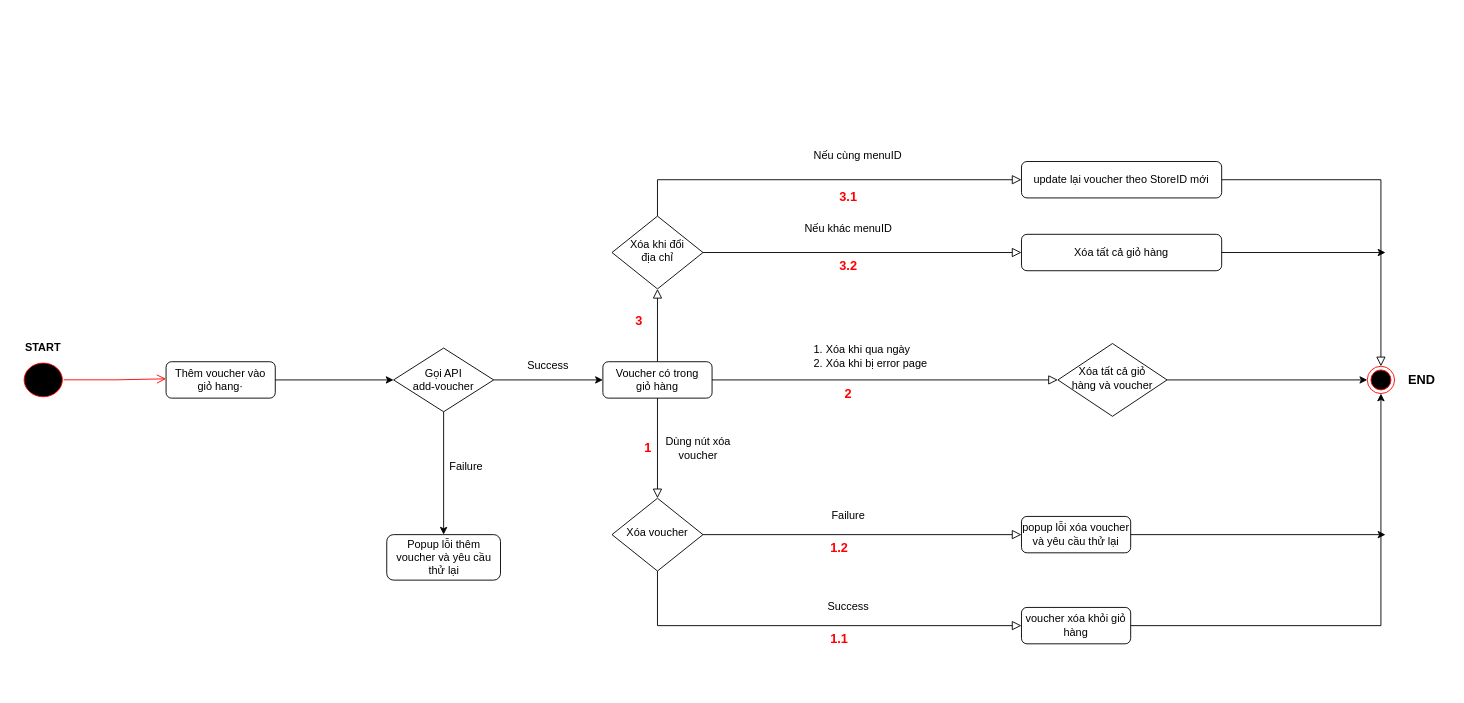
Above: Untitled Diagram.drawio in giangnguyenpzh/deme-book (draw.io), before the change. Source tidied: cells renumbered, new cells numbered last; positions are measured from the earlier drawing's top-left corner, leaving out a move shared by most shapes. Both pictures are drawn from the tidied source at 91%, with x=0, y=0 at pixel (15, 137).
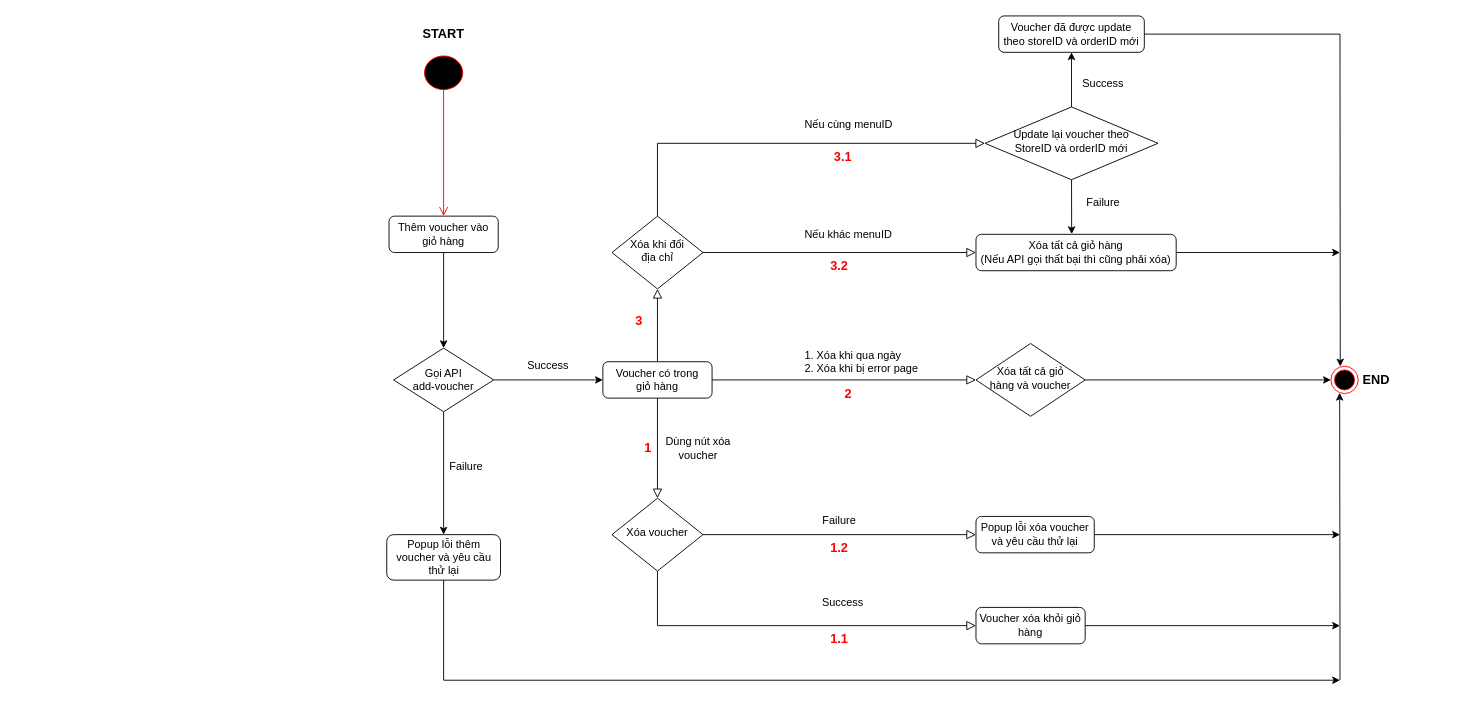
Above is the later version.

The change refers to these unchanged cells:
```xml
<mxCell id="12" value="Xóa khi đổi &lt;br&gt;địa chỉ" style="rhombus;whiteSpace=wrap;html=1;shadow=0;fontFamily=Helvetica;fontSize=12;align=center;strokeWidth=1;spacing=6;spacingTop=-4;" parent="1" vertex="1">
  <mxGeometry x="655" y="86" width="100" height="80" as="geometry" />
</mxCell>
<mxCell id="33" value="Gọi API&lt;br&gt;add-voucher" style="rhombus;whiteSpace=wrap;html=1;" parent="1" vertex="1">
  <mxGeometry x="415" y="231" width="110" height="70" as="geometry" />
</mxCell>
<mxCell id="36" value="Popup lỗi thêm voucher và yêu cầu thử lại" style="rounded=1;whiteSpace=wrap;html=1;fontSize=12;glass=0;strokeWidth=1;shadow=0;" parent="1" vertex="1">
  <mxGeometry x="407.5" y="436" width="125" height="50" as="geometry" />
</mxCell>
```

Change to the diagram source:
```diff
@@
-    <mxCell id="5" value="popup lỗi xóa voucher và yêu cầu thử lại" style="rounded=1;whiteSpace=wrap;html=1;fontSize=12;glass=0;strokeWidth=1;shadow=0;" parent="1" vertex="1">
-      <mxGeometry x="1105" y="416" width="120" height="40" as="geometry" />
+    <mxCell id="5" value="Popup lỗi xóa voucher và yêu cầu thử lại" style="rounded=1;whiteSpace=wrap;html=1;fontSize=12;glass=0;strokeWidth=1;shadow=0;" parent="1" vertex="1">
+      <mxGeometry x="1055" y="416" width="130" height="40" as="geometry" />
     </mxCell>
-    <mxCell id="6" value="voucher xóa khỏi giỏ hàng" style="rounded=1;whiteSpace=wrap;html=1;fontSize=12;glass=0;strokeWidth=1;shadow=0;" parent="1" vertex="1">
-      <mxGeometry x="1105" y="516" width="120" height="40" as="geometry" />
+    <mxCell id="6" value="Voucher xóa khỏi giỏ hàng" style="rounded=1;whiteSpace=wrap;html=1;fontSize=12;glass=0;strokeWidth=1;shadow=0;" parent="1" vertex="1">
+      <mxGeometry x="1055" y="516" width="120" height="40" as="geometry" />
     </mxCell>
@@
     <mxCell id="10" value="Success" style="text;html=1;strokeColor=none;fillColor=none;align=center;verticalAlign=middle;whiteSpace=wrap;rounded=0;" parent="1" vertex="1">
-      <mxGeometry x="885" y="499.8" width="60" height="30" as="geometry" />
+      <mxGeometry x="879" y="496" width="60" height="30" as="geometry" />
     </mxCell>
     <mxCell id="11" value="Failure" style="text;html=1;strokeColor=none;fillColor=none;align=center;verticalAlign=middle;whiteSpace=wrap;rounded=0;" parent="1" vertex="1">
-      <mxGeometry x="885" y="399.8" width="60" height="30" as="geometry" />
+      <mxGeometry x="875" y="406" width="60" height="30" as="geometry" />
     </mxCell>
@@
-    <mxCell id="13" value="update lại voucher theo StoreID mới" style="rounded=1;whiteSpace=wrap;html=1;fontSize=12;glass=0;strokeWidth=1;shadow=0;" parent="1" vertex="1">
-      <mxGeometry x="1105" y="26" width="220" height="40" as="geometry" />
-    </mxCell>
-    <mxCell id="14" value="Xóa tất cả giỏ hàng" style="rounded=1;whiteSpace=wrap;html=1;fontSize=12;glass=0;strokeWidth=1;shadow=0;" parent="1" vertex="1">
-      <mxGeometry x="1105" y="106" width="220" height="40" as="geometry" />
+    <mxCell id="14" value="Xóa tất cả giỏ hàng&lt;br&gt;(Nếu API gọi thất bại thì cũng phải xóa)" style="rounded=1;whiteSpace=wrap;html=1;fontSize=12;glass=0;strokeWidth=1;shadow=0;" parent="1" vertex="1">
+      <mxGeometry x="1055" y="106" width="220" height="40" as="geometry" />
     </mxCell>
-    <mxCell id="15" style="edgeStyle=orthogonalEdgeStyle;rounded=0;html=1;jettySize=auto;fontSize=11;endArrow=block;endFill=0;endSize=8;strokeWidth=1;shadow=0;labelBackgroundColor=none;exitX=0.5;exitY=0;exitDx=0;exitDy=0;entryX=0;entryY=0.5;entryDx=0;entryDy=0;" parent="1" edge="1" source="12" target="13">
+    <mxCell id="15" style="edgeStyle=orthogonalEdgeStyle;rounded=0;html=1;jettySize=auto;fontSize=11;endArrow=block;endFill=0;endSize=8;strokeWidth=1;shadow=0;labelBackgroundColor=none;exitX=0.5;exitY=0;exitDx=0;exitDy=0;entryX=0;entryY=0.5;entryDx=0;entryDy=0;" parent="1" edge="1" source="12" target="48">
       <mxGeometry y="10" relative="1" as="geometry" />
     </mxCell>
@@
     <mxCell id="17" value="Xóa tất cả giỏ &lt;br&gt;hàng và voucher" style="rhombus;whiteSpace=wrap;html=1;shadow=0;fontFamily=Helvetica;fontSize=12;align=center;strokeWidth=1;spacing=6;spacingTop=-4;" parent="1" vertex="1">
-      <mxGeometry x="1145" y="226" width="120" height="80" as="geometry" />
+      <mxGeometry x="1055" y="226" width="120" height="80" as="geometry" />
     </mxCell>
@@
     <mxCell id="19" value="1. Xóa khi qua ngày&lt;br&gt;2. Xóa khi bị error page" style="text;html=1;strokeColor=none;fillColor=none;align=left;verticalAlign=middle;whiteSpace=wrap;rounded=0;" parent="1" vertex="1">
-      <mxGeometry x="875" y="219.8" width="130" height="40" as="geometry" />
+      <mxGeometry x="865" y="226" width="130" height="40" as="geometry" />
     </mxCell>
@@
     <mxCell id="21" style="ellipse;html=1;shape=endState;fillColor=#000000;strokeColor=#ff0000;" parent="1" vertex="1">
-      <mxGeometry x="1485" y="251" width="30" height="30" as="geometry" />
+      <mxGeometry x="1445" y="251" width="30" height="30" as="geometry" />
     </mxCell>
-    <mxCell id="22" style="edgeStyle=orthogonalEdgeStyle;html=1;verticalAlign=bottom;endArrow=open;endSize=8;strokeColor=#ff0000;rounded=0;entryX=0;entryY=0.5;entryDx=0;entryDy=0;exitX=0.95;exitY=0.498;exitDx=0;exitDy=0;exitPerimeter=0;" parent="1" edge="1" source="40">
-      <mxGeometry relative="1" as="geometry">
-        <mxPoint x="165" y="264.8" as="targetPoint" />
-      </mxGeometry>
+    <mxCell id="22" style="edgeStyle=orthogonalEdgeStyle;html=1;verticalAlign=bottom;endArrow=open;endSize=8;strokeColor=#ff0000;rounded=0;entryX=0.5;entryY=0;entryDx=0;entryDy=0;exitX=0.5;exitY=0.904;exitDx=0;exitDy=0;exitPerimeter=0;" parent="1" edge="1" source="40" target="32">
+      <mxGeometry relative="1" as="geometry" />
     </mxCell>
-    <mxCell id="23" value="&lt;b&gt;START&lt;/b&gt;" style="text;html=1;strokeColor=none;fillColor=none;align=center;verticalAlign=middle;whiteSpace=wrap;rounded=0;" parent="1" vertex="1">
-      <mxGeometry y="216" width="60" height="30" as="geometry" />
+    <mxCell id="23" value="&lt;b&gt;&lt;font style=&quot;font-size: 14px;&quot;&gt;START&lt;/font&gt;&lt;/b&gt;" style="text;html=1;strokeColor=none;fillColor=none;align=center;verticalAlign=middle;whiteSpace=wrap;rounded=0;" parent="1" vertex="1">
+      <mxGeometry x="440" y="-129" width="60" height="30" as="geometry" />
     </mxCell>
     <mxCell id="24" value="&lt;b&gt;&lt;font style=&quot;font-size: 14px;&quot;&gt;END&lt;/font&gt;&lt;/b&gt;" style="text;html=1;strokeColor=none;fillColor=none;align=center;verticalAlign=middle;whiteSpace=wrap;rounded=0;" parent="1" vertex="1">
-      <mxGeometry x="1515" y="251" width="60" height="30" as="geometry" />
+      <mxGeometry x="1465" y="243.5" width="60" height="45" as="geometry" />
     </mxCell>
-    <mxCell id="25" style="edgeStyle=orthogonalEdgeStyle;rounded=0;html=1;jettySize=auto;fontSize=11;endArrow=block;endFill=0;endSize=8;strokeWidth=1;shadow=0;labelBackgroundColor=none;exitX=1;exitY=0.5;exitDx=0;exitDy=0;entryX=0.5;entryY=0;entryDx=0;entryDy=0;" parent="1" edge="1" source="13" target="21">
-      <mxGeometry y="10" relative="1" as="geometry" />
-    </mxCell>
     <mxCell id="26" style="endArrow=classic;html=1;rounded=0;" parent="1" edge="1">
       <mxGeometry relative="1" as="geometry">
-        <mxPoint x="1325" y="126" as="sourcePoint" />
-        <mxPoint x="1505" y="126" as="targetPoint" />
+        <mxPoint x="1275" y="126" as="sourcePoint" />
+        <mxPoint x="1455" y="126" as="targetPoint" />
       </mxGeometry>
     </mxCell>
-    <mxCell id="27" style="endArrow=classic;html=1;rounded=0;entryX=0;entryY=0.5;entryDx=0;entryDy=0;" parent="1" edge="1" target="21">
-      <mxGeometry relative="1" as="geometry">
-        <mxPoint x="1265" y="266" as="sourcePoint" />
-      </mxGeometry>
+    <mxCell id="27" style="endArrow=classic;html=1;rounded=0;entryX=0;entryY=0.5;entryDx=0;entryDy=0;exitX=1;exitY=0.5;exitDx=0;exitDy=0;" parent="1" edge="1" source="17" target="21">
+      <mxGeometry relative="1" as="geometry" />
     </mxCell>
-    <mxCell id="28" style="endArrow=classic;html=1;rounded=0;entryX=0.5;entryY=1;entryDx=0;entryDy=0;exitX=1;exitY=0.5;exitDx=0;exitDy=0;" parent="1" edge="1" source="6" target="21">
+    <mxCell id="28" style="endArrow=classic;html=1;rounded=0;entryX=0.322;entryY=0.973;entryDx=0;entryDy=0;entryPerimeter=0;" parent="1" edge="1" target="21">
       <mxGeometry relative="1" as="geometry">
+        <mxPoint x="1455" y="596" as="sourcePoint" />
         <Array as="points">
-          <mxPoint x="1500" y="536" />
+          <mxPoint x="1455" y="536" />
         </Array>
       </mxGeometry>
     </mxCell>
     <mxCell id="29" style="endArrow=classic;html=1;rounded=0;" parent="1" edge="1">
       <mxGeometry relative="1" as="geometry">
-        <mxPoint x="1225" y="436" as="sourcePoint" />
-        <mxPoint x="1505" y="436" as="targetPoint" />
+        <mxPoint x="1185" y="436" as="sourcePoint" />
+        <mxPoint x="1455" y="436" as="targetPoint" />
       </mxGeometry>
     </mxCell>
     <mxCell id="30" value="Nếu cùng menuID" style="text;html=1;strokeColor=none;fillColor=none;align=left;verticalAlign=middle;whiteSpace=wrap;rounded=0;" parent="1" vertex="1">
-      <mxGeometry x="875" y="-0.2" width="130" height="40" as="geometry" />
+      <mxGeometry x="865" y="-34" width="130" height="40" as="geometry" />
     </mxCell>
     <mxCell id="31" value="Nếu khác menuID" style="text;html=1;strokeColor=none;fillColor=none;align=left;verticalAlign=middle;whiteSpace=wrap;rounded=0;" parent="1" vertex="1">
-      <mxGeometry x="865" y="79.8" width="130" height="40" as="geometry" />
+      <mxGeometry x="865" y="86" width="130" height="40" as="geometry" />
     </mxCell>
-    <mxCell id="32" value="Thêm voucher vào giỏ hang·" style="rounded=1;whiteSpace=wrap;html=1;fontSize=12;glass=0;strokeWidth=1;shadow=0;" parent="1" vertex="1">
-      <mxGeometry x="165" y="246" width="120" height="40" as="geometry" />
+    <mxCell id="32" value="Thêm voucher vào giỏ hàng" style="rounded=1;whiteSpace=wrap;html=1;fontSize=12;glass=0;strokeWidth=1;shadow=0;" parent="1" vertex="1">
+      <mxGeometry x="410" y="86" width="120" height="40" as="geometry" />
     </mxCell>
@@
-    <mxCell id="39" style="endArrow=classic;html=1;rounded=0;entryX=0;entryY=0.5;entryDx=0;entryDy=0;" parent="1" edge="1" target="33">
-      <mxGeometry relative="1" as="geometry">
-        <mxPoint x="285" y="266" as="sourcePoint" />
-      </mxGeometry>
+    <mxCell id="39" style="endArrow=classic;html=1;rounded=0;entryX=0.5;entryY=0;entryDx=0;entryDy=0;exitX=0.5;exitY=1;exitDx=0;exitDy=0;" parent="1" edge="1" source="32" target="33">
+      <mxGeometry relative="1" as="geometry" />
     </mxCell>
     <mxCell id="40" style="ellipse;html=1;shape=startState;fillColor=#000000;strokeColor=#ff0000;" parent="1" vertex="1">
-      <mxGeometry x="5" y="243.5" width="50" height="45" as="geometry" />
+      <mxGeometry x="445" y="-94" width="50" height="45" as="geometry" />
     </mxCell>
@@
     <mxCell id="46" value="&lt;b&gt;&lt;font style=&quot;font-size: 14px;&quot;&gt;3.1&lt;/font&gt;&lt;/b&gt;" style="text;html=1;strokeColor=none;fillColor=none;align=center;verticalAlign=middle;whiteSpace=wrap;rounded=0;fontColor=#ff0000;" parent="1" vertex="1">
-      <mxGeometry x="885" y="49.8" width="60" height="30" as="geometry" />
+      <mxGeometry x="879" y="6" width="60" height="30" as="geometry" />
     </mxCell>
     <mxCell id="47" value="&lt;b&gt;&lt;font style=&quot;font-size: 14px;&quot;&gt;3.2&lt;/font&gt;&lt;/b&gt;" style="text;html=1;strokeColor=none;fillColor=none;align=center;verticalAlign=middle;whiteSpace=wrap;rounded=0;fontColor=#ff0000;" parent="1" vertex="1">
-      <mxGeometry x="885" y="126" width="60" height="30" as="geometry" />
+      <mxGeometry x="875" y="126" width="60" height="30" as="geometry" />
     </mxCell>
+    <mxCell id="48" value="Update lại voucher theo &lt;br&gt;StoreID và orderID mới" style="rhombus;whiteSpace=wrap;html=1;shadow=0;fontFamily=Helvetica;fontSize=12;align=center;strokeWidth=1;spacing=6;spacingTop=-4;" parent="1" vertex="1">
+      <mxGeometry x="1065" y="-34" width="190" height="80" as="geometry" />
+    </mxCell>
+    <mxCell id="49" value="Voucher đã được update theo storeID và orderID mới" style="rounded=1;whiteSpace=wrap;html=1;" parent="1" vertex="1">
+      <mxGeometry x="1080" y="-134" width="160" height="40" as="geometry" />
+    </mxCell>
+    <mxCell id="50" style="endArrow=classic;html=1;rounded=0;entryX=0.5;entryY=1;entryDx=0;entryDy=0;exitX=0.5;exitY=0;exitDx=0;exitDy=0;" parent="1" edge="1" source="48" target="49">
+      <mxGeometry relative="1" as="geometry" />
+    </mxCell>
+    <mxCell id="51" style="endArrow=classic;html=1;rounded=0;exitX=0.5;exitY=1;exitDx=0;exitDy=0;entryX=0.478;entryY=-0.007;entryDx=0;entryDy=0;entryPerimeter=0;" parent="1" edge="1" source="48" target="14">
+      <mxGeometry relative="1" as="geometry" />
+    </mxCell>
+    <mxCell id="52" value="Success" style="text;html=1;strokeColor=none;fillColor=none;align=center;verticalAlign=middle;whiteSpace=wrap;rounded=0;" parent="1" vertex="1">
+      <mxGeometry x="1165" y="-74" width="60" height="30" as="geometry" />
+    </mxCell>
+    <mxCell id="53" value="Failure" style="text;html=1;strokeColor=none;fillColor=none;align=center;verticalAlign=middle;whiteSpace=wrap;rounded=0;" parent="1" vertex="1">
+      <mxGeometry x="1165" y="56" width="60" height="30" as="geometry" />
+    </mxCell>
+    <mxCell id="54" style="endArrow=classic;html=1;rounded=0;exitX=1;exitY=0.5;exitDx=0;exitDy=0;entryX=0.344;entryY=0.007;entryDx=0;entryDy=0;entryPerimeter=0;" parent="1" edge="1" source="49" target="21">
+      <mxGeometry relative="1" as="geometry">
+        <Array as="points">
+          <mxPoint x="1455" y="-114" />
+        </Array>
+      </mxGeometry>
+    </mxCell>
+    <mxCell id="55" style="endArrow=classic;html=1;rounded=0;exitX=0.5;exitY=1;exitDx=0;exitDy=0;" parent="1" edge="1" source="36">
+      <mxGeometry relative="1" as="geometry">
+        <mxPoint x="1455" y="596" as="targetPoint" />
+        <Array as="points">
+          <mxPoint x="470" y="596" />
+          <mxPoint x="1455" y="596" />
+        </Array>
+      </mxGeometry>
+    </mxCell>
+    <mxCell id="56" style="endArrow=classic;html=1;rounded=0;exitX=1;exitY=0.5;exitDx=0;exitDy=0;" parent="1" edge="1" source="6">
+      <mxGeometry relative="1" as="geometry">
+        <mxPoint x="1455" y="536" as="targetPoint" />
+      </mxGeometry>
+    </mxCell>
```
